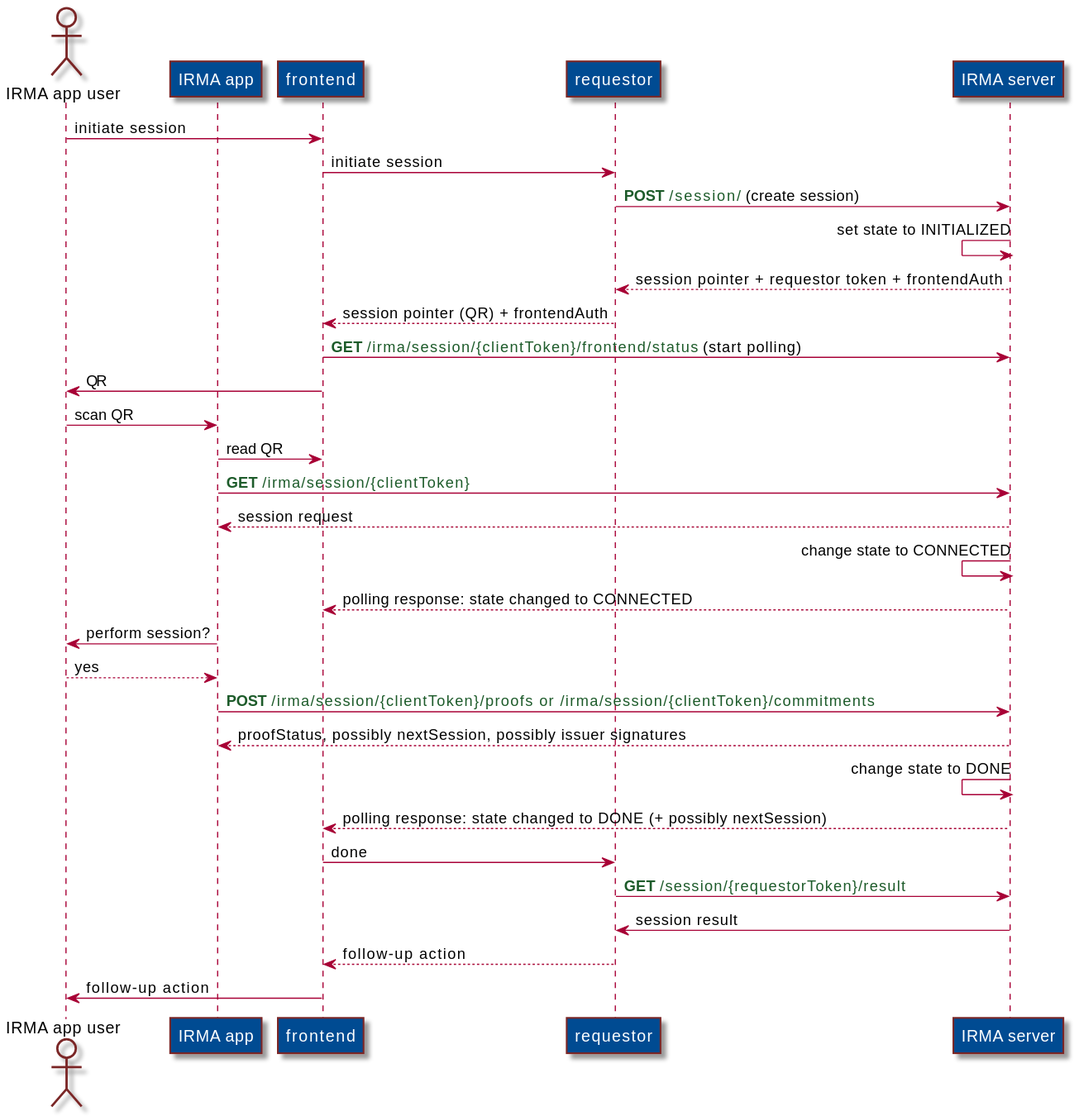
Earlier version of the PlantUML export docs/assets/session-no-pairing.svg (privacybydesign/irma-documentation). Source of this version:
```plantuml
@startuml session-no-pairing
skinparam sequence {
backgroundColor #transparent
ActorBorderColor #7A2626
ActorBackgroundColor #transparent
ParticipantBorderColor #7A2626
ParticipantBackgroundColor #004C92
ParticipantFontColor white
}

actor "IRMA app user" as user
participant "IRMA app" as app
participant frontend as browser
participant "requestor" as requestor
participant "IRMA server" as server

user -> browser: initiate session
browser -> requestor: initiate session
requestor -> server: <font color=#1D5B2A>**POST** /session/</font> (create session)
server <- server: set state to INITIALIZED
server --> requestor: session pointer + requestor token + frontendAuth
requestor --> browser: session pointer (QR) + frontendAuth
browser -> server: <font color=#1D5B2A>**GET** /irma/session/{clientToken}/frontend/status </font>(start polling)
browser -> user: QR
user -> app: scan QR
app -> browser: read QR
app -> server: <font color=#1D5B2A>**GET** /irma/session/{clientToken}</font>
return session request
server <- server: change state to CONNECTED
server --> browser: polling response: state changed to CONNECTED

app -> user: perform session?
return yes

app -> server: <font color=#1D5B2A>**POST** /irma/session/{clientToken}/proofs or /irma/session/{clientToken}/commitments</font>
return proofStatus, possibly nextSession, possibly issuer signatures
server <- server: change state to DONE

server --> browser: polling response: state changed to DONE (+ possibly nextSession)
browser -> requestor: done
requestor -> server: <font color=#1D5B2A>**GET** /session/{requestorToken}/result
server -> requestor: session result
requestor --> browser: follow-up action

browser -> user: follow-up action

@enduml
```
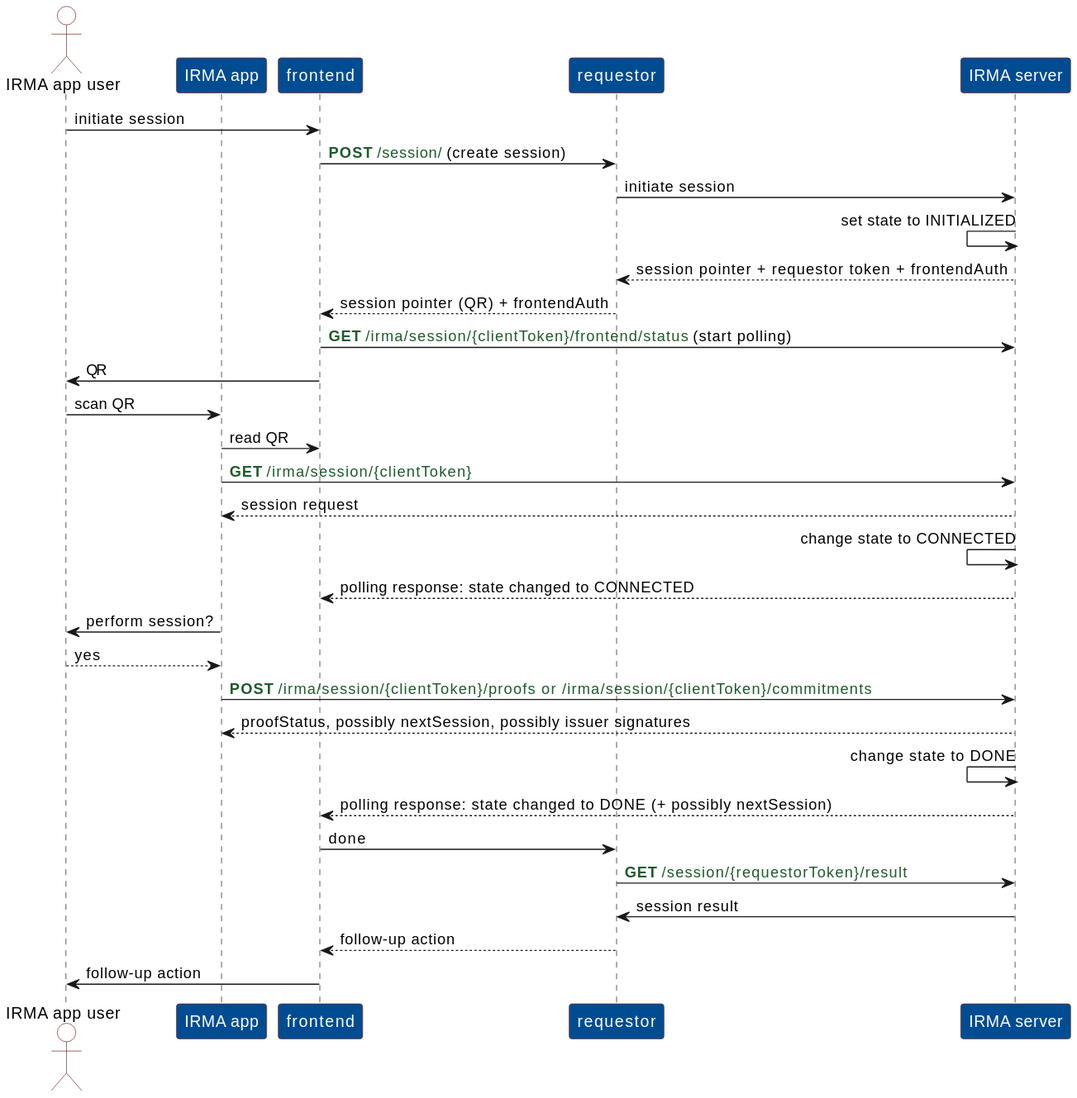
The same diagram one commit later.

Commit message:
Change position post /session request

Diff of the diagram source:
```diff
@@ -15,8 +15,8 @@
 participant "IRMA server" as server
 
 user -> browser: initiate session
-browser -> requestor: initiate session
-requestor -> server: <font color=#1D5B2A>**POST** /session/</font> (create session)
+browser -> requestor: <font color=#1D5B2A>**POST** /session/</font> (create session)
+requestor -> server: initiate session
 server <- server: set state to INITIALIZED
 server --> requestor: session pointer + requestor token + frontendAuth
 requestor --> browser: session pointer (QR) + frontendAuth
```
